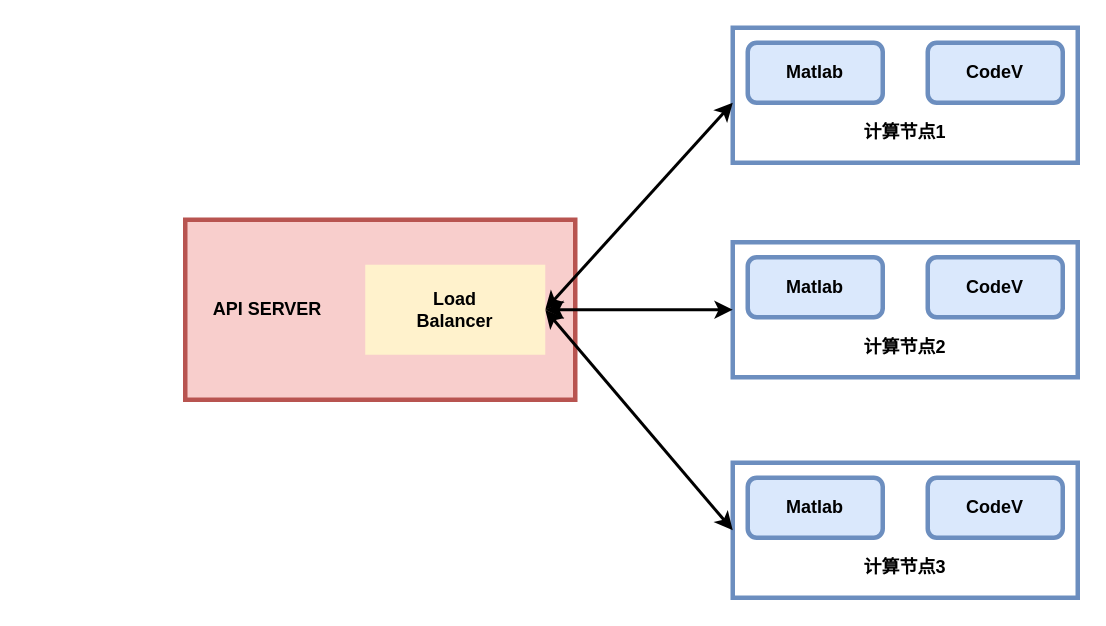
This is Copy of task service.drawio from YangJuly/FigureBed, a draw.io file, before an edit. Source tidied: cells renumbered, new cells numbered last; positions are measured from the earlier drawing's top-left corner, leaving out a move shared by most shapes. Both pictures are drawn from the tidied source at 150%, with x=0, y=0 at pixel (184, 27).
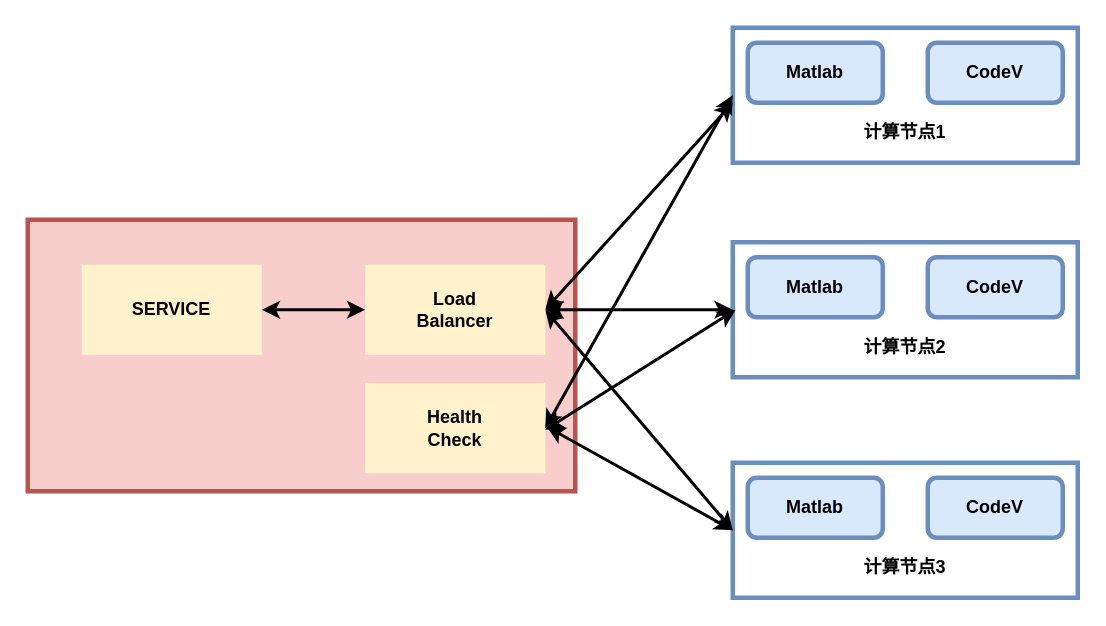
The same page after the edit.

The change refers to these unchanged cells:
```xml
<mxCell id="2" style="rounded=0;whiteSpace=wrap;html=1;strokeColor=#6c8ebf;fillColor=none;strokeWidth=3;" parent="1" vertex="1">
  <mxGeometry x="365" width="230" height="90" as="geometry" />
</mxCell>
<mxCell id="10" style="rounded=0;whiteSpace=wrap;html=1;strokeColor=#6c8ebf;fillColor=none;strokeWidth=3;" parent="1" vertex="1">
  <mxGeometry x="365" y="290" width="230" height="90" as="geometry" />
</mxCell>
<mxCell id="18" value="&lt;b&gt;Load&lt;br&gt;Balancer&lt;/b&gt;" style="rounded=0;whiteSpace=wrap;html=1;fillColor=#fff2cc;strokeColor=none;strokeWidth=2;" parent="1" vertex="1">
  <mxGeometry x="120" y="158" width="120" height="60" as="geometry" />
</mxCell>
```

Change to the diagram source:
```diff
@@
     <mxCell id="14" style="rounded=0;whiteSpace=wrap;html=1;fillColor=#f8cecc;strokeColor=#b85450;strokeWidth=3;" parent="1" vertex="1">
-      <mxGeometry y="128" width="260" height="120" as="geometry" />
+      <mxGeometry x="-105" y="128" width="365" height="181" as="geometry" />
     </mxCell>
@@
-    <mxCell id="19" value="&lt;b&gt;API SERVER&lt;/b&gt;" style="text;html=1;strokeColor=none;fillColor=none;align=center;verticalAlign=middle;whiteSpace=wrap;rounded=0;" parent="1" vertex="1">
-      <mxGeometry y="178" width="110" height="20" as="geometry" />
-    </mxCell>
+    <mxCell id="20" value="&lt;b&gt;Health&lt;br&gt;Check&lt;/b&gt;" style="rounded=0;whiteSpace=wrap;html=1;fillColor=#fff2cc;strokeColor=none;strokeWidth=2;" parent="1" vertex="1">
+      <mxGeometry x="120" y="237" width="120" height="60" as="geometry" />
+    </mxCell>
+    <mxCell id="21" style="endArrow=classic;startArrow=classic;html=1;strokeWidth=2;exitX=1;exitY=0.5;exitDx=0;exitDy=0;entryX=0;entryY=0.5;entryDx=0;entryDy=0;" parent="1" edge="1" source="20" target="2">
+      <mxGeometry relative="1" as="geometry" />
+    </mxCell>
+    <mxCell id="22" style="endArrow=classic;startArrow=classic;html=1;strokeWidth=2;" parent="1" edge="1">
+      <mxGeometry relative="1" as="geometry">
+        <mxPoint x="240" y="268" as="sourcePoint" />
+        <mxPoint x="367" y="188" as="targetPoint" />
+      </mxGeometry>
+    </mxCell>
+    <mxCell id="23" style="endArrow=classic;startArrow=classic;html=1;strokeWidth=2;entryX=0;entryY=0.5;entryDx=0;entryDy=0;" parent="1" edge="1" target="10">
+      <mxGeometry relative="1" as="geometry">
+        <mxPoint x="241" y="266" as="sourcePoint" />
+      </mxGeometry>
+    </mxCell>
+    <mxCell id="24" value="&lt;b&gt;SERVICE&lt;/b&gt;" style="rounded=0;whiteSpace=wrap;html=1;fillColor=#fff2cc;strokeColor=none;strokeWidth=2;" parent="1" vertex="1">
+      <mxGeometry x="-69" y="158" width="120" height="60" as="geometry" />
+    </mxCell>
+    <mxCell id="25" style="endArrow=classic;startArrow=classic;html=1;entryX=0;entryY=0.5;entryDx=0;entryDy=0;strokeWidth=2;exitX=1;exitY=0.5;exitDx=0;exitDy=0;" parent="1" edge="1" source="24" target="18">
+      <mxGeometry relative="1" as="geometry" />
+    </mxCell>
```
